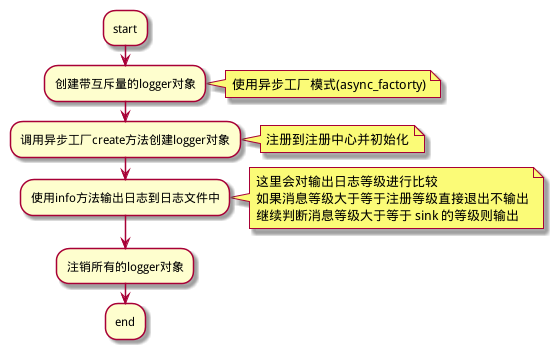
Above: system/images/async_log.png in Jerling/Linux_programing (PlantUML), before the change. The source it was exported from:
```plantuml
@startuml
:start;
:创建带互斥量的logger对象;
note right
    使用异步工厂模式(async_factorty)
end note
:调用异步工厂create方法创建logger对象;
note right
    注册到注册中心并初始化
end note
:使用info方法输出日志到日志文件中;
note right
    这里会对输出日志等级进行比较
    如果消息等级大于等于注册等级直接退出不输出
    继续判断消息等级大于等于 sink 的等级则输出
end note
:注销所有的logger对象;
:end;
@enduml
```
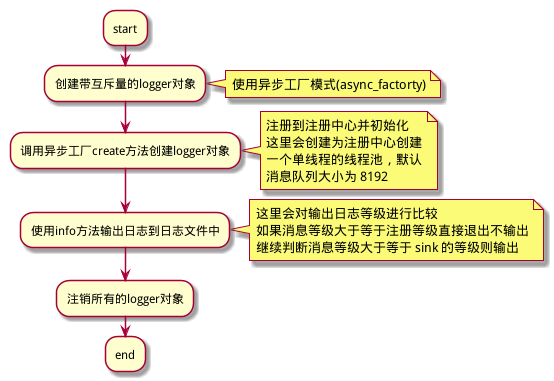
Later version of the same file.

Commit message:
Factory::template 用法解析

The edit, as a diff of the source:
```diff
@@ -7,6 +7,9 @@
 :调用异步工厂create方法创建logger对象;
 note right
     注册到注册中心并初始化
+    这里会创建为注册中心创建
+    一个单线程的线程池，默认
+    消息队列大小为 8192
 end note
 :使用info方法输出日志到日志文件中;
 note right
```
